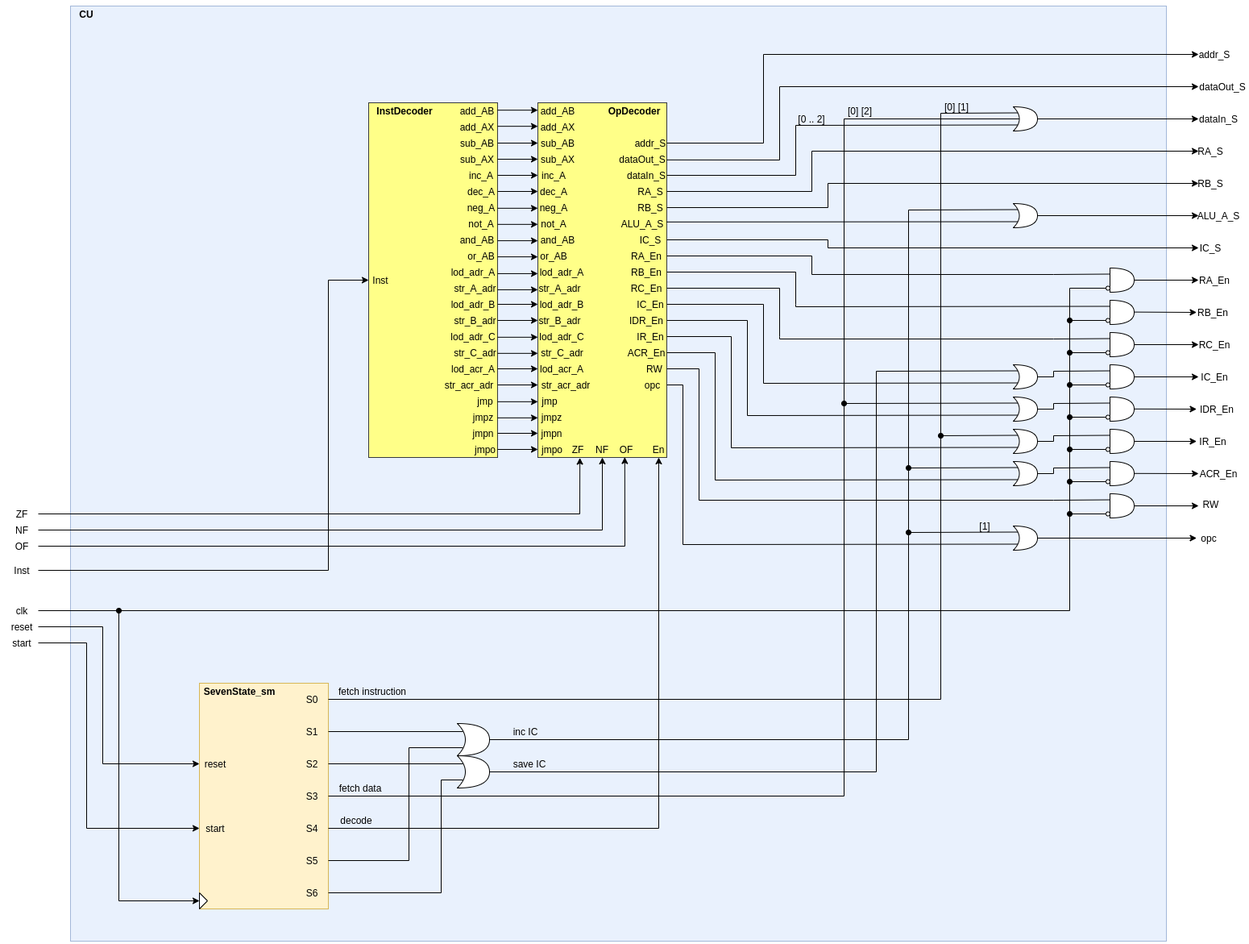
dma-neves/dcpu keeps this draw.io diagram as other/CU.png. Above is the earlier version. Source tidied: cells renumbered, new cells last; positions are measured from the earlier drawing's top-left corner, leaving out a move shared by most shapes.
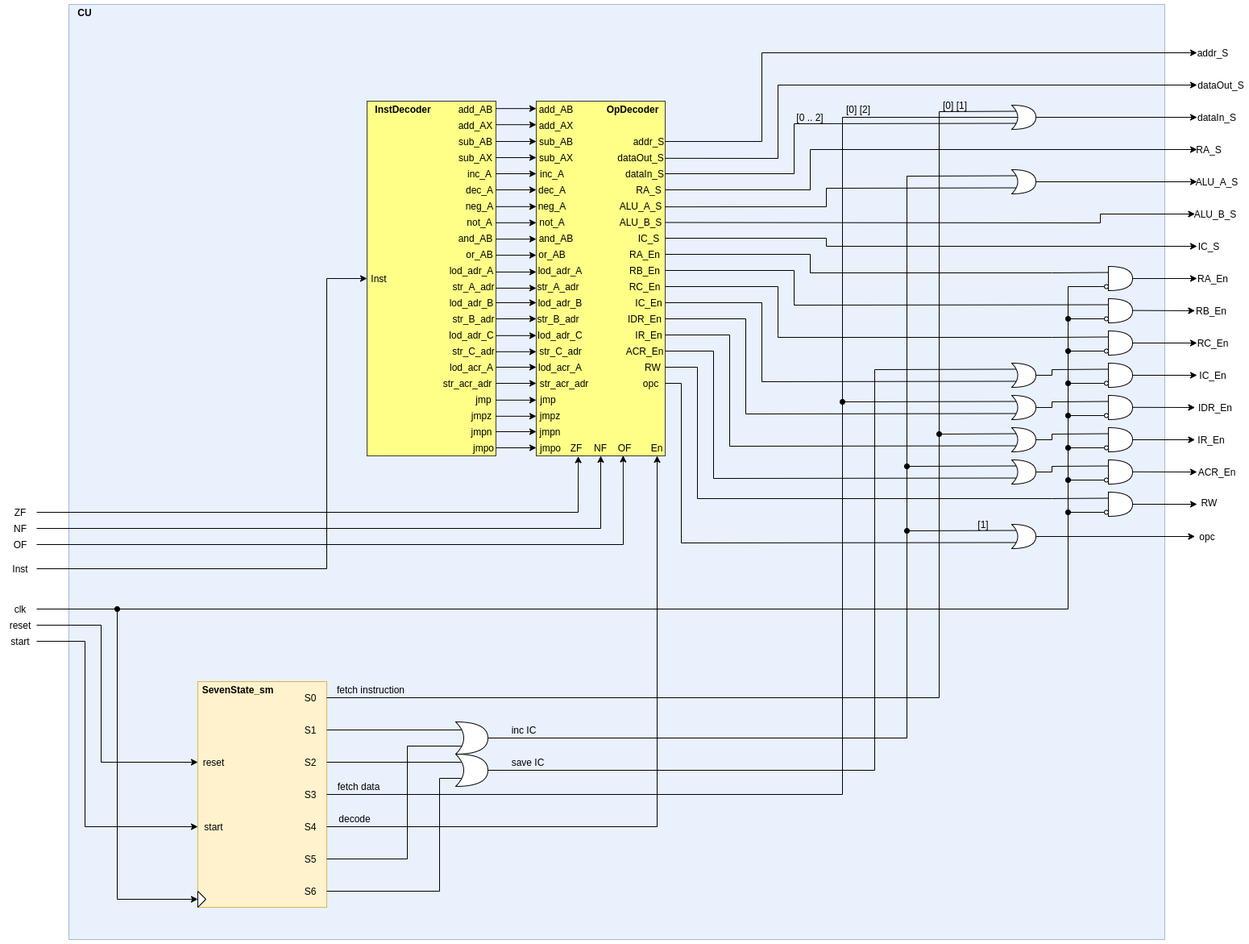
The same file after the commit.

The edit, as a diff of the source:
```diff
@@ -241,11 +241,8 @@
     <mxCell id="75" value="RA_S" style="text;html=1;strokeColor=none;fillColor=none;align=center;verticalAlign=middle;whiteSpace=wrap;rounded=0;" parent="1" vertex="1">
       <mxGeometry x="780" y="220" width="40" height="20" as="geometry" />
     </mxCell>
-    <mxCell id="76" value="RB_S" style="text;html=1;strokeColor=none;fillColor=none;align=center;verticalAlign=middle;whiteSpace=wrap;rounded=0;" parent="1" vertex="1">
-      <mxGeometry x="780" y="240" width="40" height="20" as="geometry" />
-    </mxCell>
     <mxCell id="77" value="ALU_A_S" style="text;html=1;strokeColor=none;fillColor=none;align=center;verticalAlign=middle;whiteSpace=wrap;rounded=0;" parent="1" vertex="1">
-      <mxGeometry x="770" y="260" width="40" height="20" as="geometry" />
+      <mxGeometry x="770" y="240" width="40" height="20" as="geometry" />
     </mxCell>
     <mxCell id="78" value="IC_S" style="text;html=1;strokeColor=none;fillColor=none;align=center;verticalAlign=middle;whiteSpace=wrap;rounded=0;" parent="1" vertex="1">
       <mxGeometry x="780" y="280" width="40" height="20" as="geometry" />
@@ -289,11 +286,8 @@
     <mxCell id="91" value="RA_S" style="text;html=1;strokeColor=none;fillColor=none;align=center;verticalAlign=middle;whiteSpace=wrap;rounded=0;" parent="1" vertex="1">
       <mxGeometry x="1480" y="170" width="30" height="20" as="geometry" />
     </mxCell>
-    <mxCell id="92" value="RB_S" style="text;html=1;strokeColor=none;fillColor=none;align=center;verticalAlign=middle;whiteSpace=wrap;rounded=0;" parent="1" vertex="1">
-      <mxGeometry x="1480" y="210" width="30" height="20" as="geometry" />
-    </mxCell>
     <mxCell id="93" value="ALU_A_S" style="text;html=1;strokeColor=none;fillColor=none;align=center;verticalAlign=middle;whiteSpace=wrap;rounded=0;" parent="1" vertex="1">
-      <mxGeometry x="1480" y="250" width="50" height="20" as="geometry" />
+      <mxGeometry x="1480" y="210" width="50" height="20" as="geometry" />
     </mxCell>
     <mxCell id="94" value="IC_S" style="text;html=1;strokeColor=none;fillColor=none;align=center;verticalAlign=middle;whiteSpace=wrap;rounded=0;" parent="1" vertex="1">
       <mxGeometry x="1480" y="290" width="30" height="20" as="geometry" />
@@ -455,7 +449,7 @@
       <mxGeometry x="1250" y="125" width="30" height="30" as="geometry" />
     </mxCell>
     <mxCell id="136" style="shape=xor;whiteSpace=wrap;html=1;" parent="1" vertex="1">
-      <mxGeometry x="1250" y="245" width="30" height="30" as="geometry" />
+      <mxGeometry x="1250" y="205" width="30" height="30" as="geometry" />
     </mxCell>
     <mxCell id="137" style="shape=xor;whiteSpace=wrap;html=1;" parent="1" vertex="1">
       <mxGeometry x="1250" y="445" width="30" height="30" as="geometry" />
@@ -581,14 +575,6 @@
         </Array>
       </mxGeometry>
     </mxCell>
-    <mxCell id="155" style="endArrow=classic;html=1;exitX=1;exitY=0.5;exitDx=0;exitDy=0;entryX=0;entryY=0.5;entryDx=0;entryDy=0;rounded=0;" parent="1" edge="1" source="76" target="92">
-      <mxGeometry relative="1" as="geometry">
-        <Array as="points">
-          <mxPoint x="1020" y="250" />
-          <mxPoint x="1020" y="220" />
-        </Array>
-      </mxGeometry>
-    </mxCell>
     <mxCell id="156" style="endArrow=classic;html=1;exitX=1;exitY=0.5;exitDx=0;exitDy=0;exitPerimeter=0;entryX=0;entryY=0.5;entryDx=0;entryDy=0;" parent="1" edge="1" source="136" target="93">
       <mxGeometry relative="1" as="geometry" />
     </mxCell>
@@ -683,7 +669,7 @@
         <Array as="points">
           <mxPoint x="1120" y="910" />
           <mxPoint x="1120" y="653" />
-          <mxPoint x="1120" y="253" />
+          <mxPoint x="1120" y="213" />
         </Array>
       </mxGeometry>
     </mxCell>
@@ -752,8 +738,13 @@
         </Array>
       </mxGeometry>
     </mxCell>
-    <mxCell id="191" style="endArrow=none;html=1;entryX=0.175;entryY=0.75;entryDx=0;entryDy=0;entryPerimeter=0;exitX=0.998;exitY=0.336;exitDx=0;exitDy=0;exitPerimeter=0;" parent="1" edge="1" source="22" target="136">
-      <mxGeometry relative="1" as="geometry" />
+    <mxCell id="191" style="endArrow=none;html=1;entryX=0.175;entryY=0.75;entryDx=0;entryDy=0;entryPerimeter=0;exitX=1;exitY=0.298;exitDx=0;exitDy=0;exitPerimeter=0;rounded=0;" parent="1" edge="1" source="22" target="136">
+      <mxGeometry relative="1" as="geometry">
+        <Array as="points">
+          <mxPoint x="1020" y="251" />
+          <mxPoint x="1020" y="228" />
+        </Array>
+      </mxGeometry>
     </mxCell>
     <mxCell id="192" style="endArrow=none;html=1;exitX=1;exitY=0.5;exitDx=0;exitDy=0;entryX=0.175;entryY=0.75;entryDx=0;entryDy=0;entryPerimeter=0;rounded=0;" parent="1" edge="1" source="82" target="137">
       <mxGeometry relative="1" as="geometry">
@@ -949,5 +940,19 @@
     <mxCell id="222" value="&lt;b&gt;CU&lt;/b&gt;" style="text;html=1;strokeColor=none;fillColor=none;align=center;verticalAlign=middle;whiteSpace=wrap;rounded=0;opacity=60;" parent="1" vertex="1">
       <mxGeometry x="80" width="40" height="20" as="geometry" />
     </mxCell>
+    <mxCell id="223" value="ALU_B_S" style="text;html=1;strokeColor=none;fillColor=none;align=center;verticalAlign=middle;whiteSpace=wrap;rounded=0;" parent="1" vertex="1">
+      <mxGeometry x="1477.5" y="250" width="50" height="20" as="geometry" />
+    </mxCell>
+    <mxCell id="224" value="ALU_B_S" style="text;html=1;strokeColor=none;fillColor=none;align=center;verticalAlign=middle;whiteSpace=wrap;rounded=0;" parent="1" vertex="1">
+      <mxGeometry x="770" y="260" width="40" height="20" as="geometry" />
+    </mxCell>
+    <mxCell id="225" style="endArrow=classic;html=1;entryX=0;entryY=0.5;entryDx=0;entryDy=0;exitX=1.001;exitY=0.342;exitDx=0;exitDy=0;exitPerimeter=0;rounded=0;" parent="1" edge="1" source="22" target="223">
+      <mxGeometry relative="1" as="geometry">
+        <Array as="points">
+          <mxPoint x="1360" y="271" />
+          <mxPoint x="1360" y="260" />
+        </Array>
+      </mxGeometry>
+    </mxCell>
   </root>
 </mxGraphModel>
```
